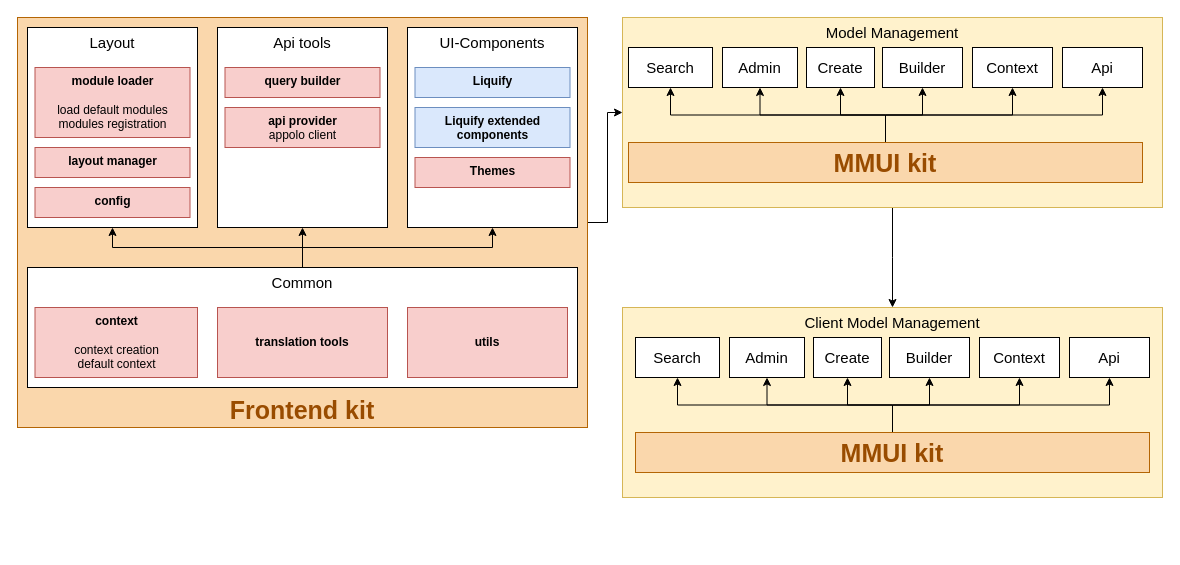
Before: page "Page-2" (2 of 2) of Untitled Diagram.drawio in haithemT/diagrams, a draw.io diagram. Source tidied: cells renumbered, new cells numbered last; positions are measured from the earlier drawing's top-left corner, leaving out a move shared by most shapes. Both pictures are drawn from the tidied source at 100%, with x=0, y=0 at pixel (17, 17).
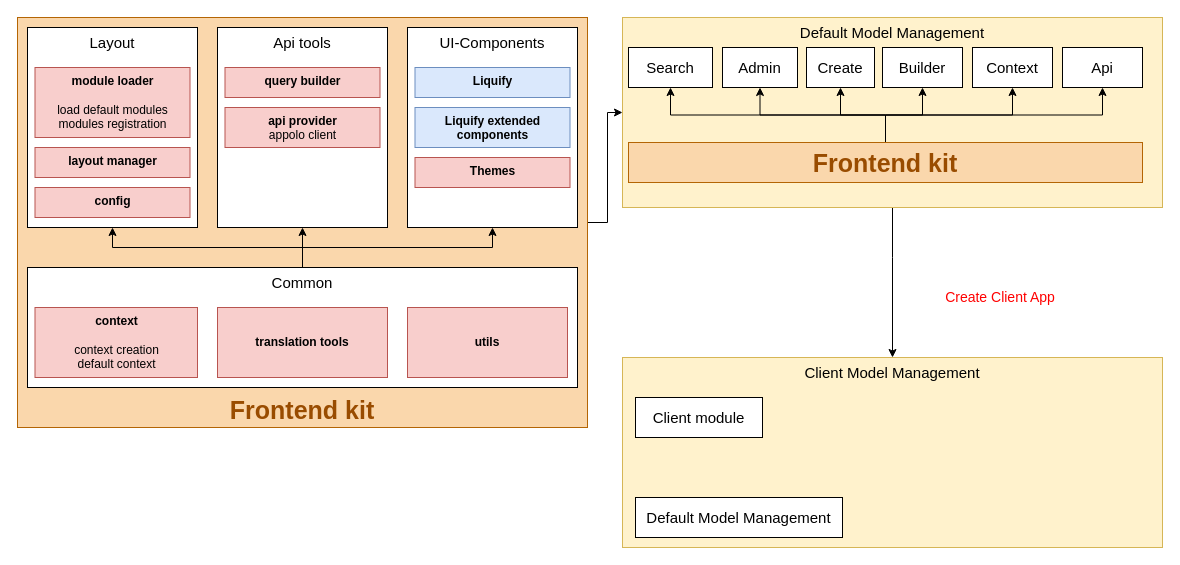
The same diagram, later.

What changed in the source:
```diff
@@
     <mxCell id="2" value="Client Model Management" style="rounded=0;whiteSpace=wrap;html=1;fontSize=15;align=center;fillColor=#fff2cc;strokeColor=#d6b656;verticalAlign=top;" parent="1" vertex="1">
-      <mxGeometry x="605" y="290" width="540" height="190" as="geometry" />
+      <mxGeometry x="605" y="340" width="540" height="190" as="geometry" />
     </mxCell>
@@
-    <mxCell id="24" value="Model Management" style="rounded=0;whiteSpace=wrap;html=1;fontSize=15;align=center;fillColor=#fff2cc;strokeColor=#d6b656;verticalAlign=top;" parent="1" vertex="1">
+    <mxCell id="24" value="Default Model Management" style="rounded=0;whiteSpace=wrap;html=1;fontSize=15;align=center;fillColor=#fff2cc;strokeColor=#d6b656;verticalAlign=top;" parent="1" vertex="1">
       <mxGeometry x="605" width="540" height="190" as="geometry" />
     </mxCell>
@@
-    <mxCell id="35" value="&lt;font style=&quot;font-size: 25px&quot;&gt;&lt;b&gt;MMUI kit&lt;/b&gt;&lt;/font&gt;" style="rounded=0;whiteSpace=wrap;html=1;fontSize=17;align=center;fillColor=#fad7ac;strokeColor=#b46504;verticalAlign=middle;fontColor=#994C00;" parent="1" vertex="1">
+    <mxCell id="35" value="&lt;font style=&quot;font-size: 25px&quot;&gt;&lt;b&gt;Frontend&lt;/b&gt;&lt;b&gt;&amp;nbsp;kit&lt;/b&gt;&lt;/font&gt;" style="rounded=0;whiteSpace=wrap;html=1;fontSize=17;align=center;fillColor=#fad7ac;strokeColor=#b46504;verticalAlign=middle;fontColor=#994C00;" parent="1" vertex="1">
       <mxGeometry x="611" y="125" width="514" height="40" as="geometry" />
     </mxCell>
@@
-    <mxCell id="38" value="&lt;font color=&quot;#000000&quot;&gt;Search&lt;/font&gt;" style="rounded=0;whiteSpace=wrap;html=1;fontSize=15;fontColor=#FF0000;verticalAlign=middle;" parent="1" vertex="1">
-      <mxGeometry x="618" y="320" width="84" height="40" as="geometry" />
+    <mxCell id="38" value="&lt;span style=&quot;color: rgb(0 , 0 , 0)&quot;&gt;Default Model Management&lt;/span&gt;" style="rounded=0;whiteSpace=wrap;html=1;fontSize=15;fontColor=#FF0000;verticalAlign=middle;" parent="1" vertex="1">
+      <mxGeometry x="618" y="480" width="207" height="40" as="geometry" />
     </mxCell>
-    <mxCell id="39" value="&lt;font color=&quot;#000000&quot;&gt;Builder&lt;/font&gt;" style="rounded=0;whiteSpace=wrap;html=1;fontSize=15;fontColor=#FF0000;verticalAlign=middle;" parent="1" vertex="1">
-      <mxGeometry x="872" y="320" width="80" height="40" as="geometry" />
-    </mxCell>
-    <mxCell id="40" value="&lt;font color=&quot;#000000&quot;&gt;Admin&lt;/font&gt;" style="rounded=0;whiteSpace=wrap;html=1;fontSize=15;fontColor=#FF0000;verticalAlign=middle;" parent="1" vertex="1">
-      <mxGeometry x="712" y="320" width="75" height="40" as="geometry" />
-    </mxCell>
-    <mxCell id="41" value="&lt;font color=&quot;#000000&quot;&gt;Create&lt;/font&gt;" style="rounded=0;whiteSpace=wrap;html=1;fontSize=15;fontColor=#FF0000;verticalAlign=middle;" parent="1" vertex="1">
-      <mxGeometry x="796" y="320" width="68" height="40" as="geometry" />
-    </mxCell>
-    <mxCell id="42" style="edgeStyle=orthogonalEdgeStyle;rounded=0;jettySize=auto;html=1;exitX=0.5;exitY=0;exitDx=0;exitDy=0;fontColor=#66B2FF;" parent="1" edge="1" source="48" target="38">
-      <mxGeometry relative="1" as="geometry" />
-    </mxCell>
-    <mxCell id="43" style="edgeStyle=orthogonalEdgeStyle;rounded=0;jettySize=auto;html=1;exitX=0.5;exitY=0;exitDx=0;exitDy=0;fontColor=#66B2FF;" parent="1" edge="1" source="48" target="40">
-      <mxGeometry relative="1" as="geometry" />
-    </mxCell>
-    <mxCell id="44" style="edgeStyle=orthogonalEdgeStyle;rounded=0;jettySize=auto;html=1;exitX=0.5;exitY=0;exitDx=0;exitDy=0;entryX=0.5;entryY=1;entryDx=0;entryDy=0;fontColor=#66B2FF;" parent="1" edge="1" source="48" target="41">
-      <mxGeometry relative="1" as="geometry" />
-    </mxCell>
-    <mxCell id="45" style="edgeStyle=orthogonalEdgeStyle;rounded=0;jettySize=auto;html=1;exitX=0.5;exitY=0;exitDx=0;exitDy=0;fontColor=#66B2FF;" parent="1" edge="1" source="48" target="39">
-      <mxGeometry relative="1" as="geometry" />
-    </mxCell>
-    <mxCell id="46" style="edgeStyle=orthogonalEdgeStyle;rounded=0;jettySize=auto;html=1;exitX=0.5;exitY=0;exitDx=0;exitDy=0;fontColor=#66B2FF;" parent="1" edge="1" source="48" target="49">
-      <mxGeometry relative="1" as="geometry" />
-    </mxCell>
-    <mxCell id="47" style="edgeStyle=orthogonalEdgeStyle;rounded=0;jettySize=auto;html=1;exitX=0.5;exitY=0;exitDx=0;exitDy=0;fontColor=#66B2FF;" parent="1" edge="1" source="48" target="50">
-      <mxGeometry relative="1" as="geometry" />
-    </mxCell>
-    <mxCell id="48" value="&lt;font style=&quot;font-size: 25px&quot;&gt;&lt;b&gt;MMUI kit&lt;/b&gt;&lt;/font&gt;" style="rounded=0;whiteSpace=wrap;html=1;fontSize=17;align=center;fillColor=#fad7ac;strokeColor=#b46504;verticalAlign=middle;fontColor=#994C00;" parent="1" vertex="1">
-      <mxGeometry x="618" y="415" width="514" height="40" as="geometry" />
-    </mxCell>
-    <mxCell id="49" value="&lt;font color=&quot;#000000&quot;&gt;Context&lt;/font&gt;" style="rounded=0;whiteSpace=wrap;html=1;fontSize=15;fontColor=#FF0000;verticalAlign=middle;" parent="1" vertex="1">
-      <mxGeometry x="962" y="320" width="80" height="40" as="geometry" />
-    </mxCell>
-    <mxCell id="50" value="&lt;font color=&quot;#000000&quot;&gt;Api&lt;/font&gt;" style="rounded=0;whiteSpace=wrap;html=1;fontSize=15;fontColor=#FF0000;verticalAlign=middle;" parent="1" vertex="1">
-      <mxGeometry x="1052" y="320" width="80" height="40" as="geometry" />
-    </mxCell>
+    <mxCell id="51" value="Create Client App" style="text;html=1;strokeColor=none;fillColor=none;align=center;verticalAlign=middle;whiteSpace=wrap;rounded=0;fontColor=#FF0000;fontSize=14;" parent="1" vertex="1">
+      <mxGeometry x="885" y="270" width="196" height="20" as="geometry" />
+    </mxCell>
+    <mxCell id="52" value="&lt;span style=&quot;color: rgb(0 , 0 , 0)&quot;&gt;Client module&lt;/span&gt;" style="rounded=0;whiteSpace=wrap;html=1;fontSize=15;fontColor=#FF0000;verticalAlign=middle;" parent="1" vertex="1">
+      <mxGeometry x="618" y="380" width="127" height="40" as="geometry" />
+    </mxCell>
```
